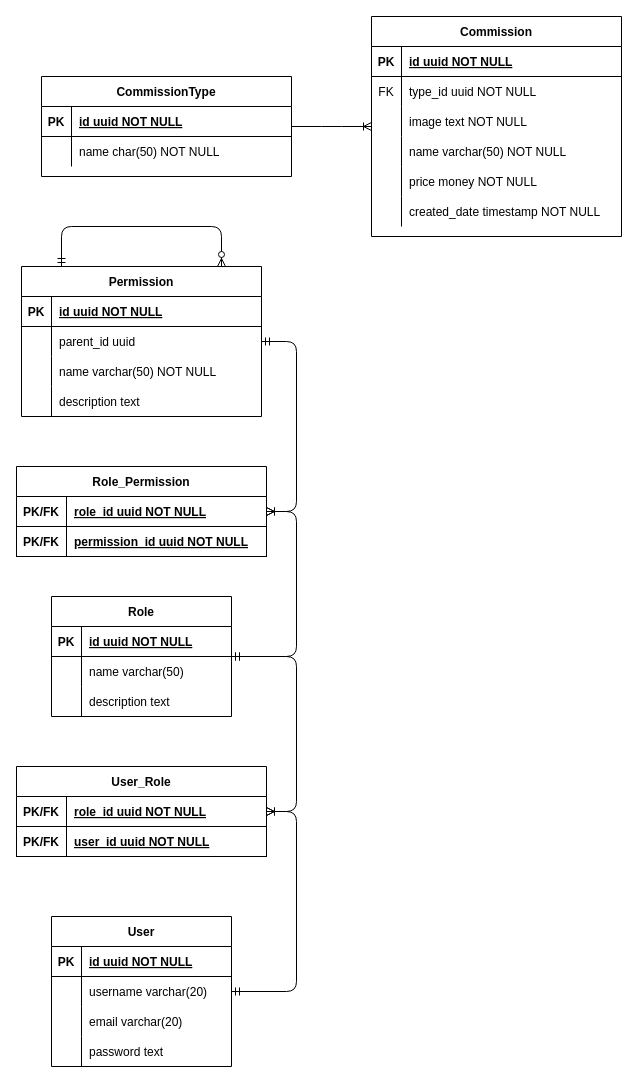
Before: documents/ERD.drawio in phamthong253/nest-project, a draw.io diagram. Source tidied: cells renumbered, new cells numbered last; positions are measured from the earlier drawing's top-left corner, leaving out a move shared by most shapes. Both pictures are drawn from the tidied source at 100%, with x=0, y=0 at pixel (16, 16).
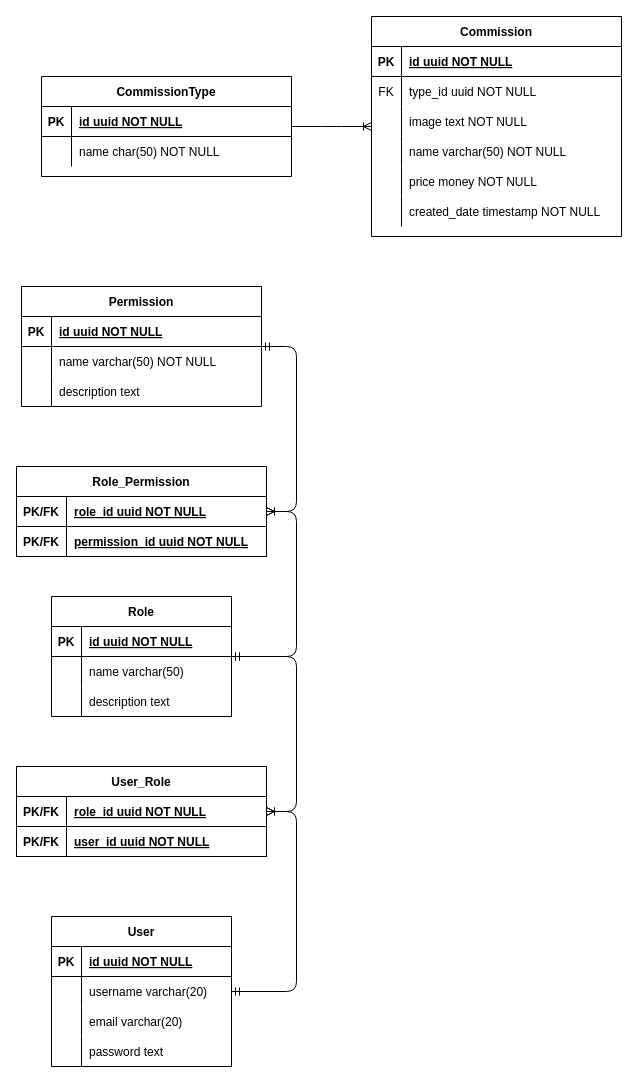
The same diagram, later.

Diff of the diagram source:
```diff
@@
     <mxCell id="29" value="Permission" style="shape=table;startSize=30;childLayout=tableLayout;rowLines=0;fontStyle=1;align=center;" parent="1" vertex="1">
-      <mxGeometry x="5" y="250" width="240" height="150" as="geometry" />
+      <mxGeometry x="5" y="270" width="240" height="120" as="geometry" />
     </mxCell>
@@
-    <mxCell id="33" style="shape=tableRow;horizontal=0;startSize=0;swimlaneHead=0;swimlaneBody=0;fillColor=none;top=0;left=0;right=0;bottom=0;" parent="29" vertex="1">
-      <mxGeometry y="60" width="240" height="30" as="geometry" />
-    </mxCell>
-    <mxCell id="34" style="shape=partialRectangle;fillColor=none;top=0;left=0;bottom=0;right=0;overflow=hidden;" parent="33" vertex="1">
-      <mxGeometry width="30" height="30" as="geometry" />
-    </mxCell>
-    <mxCell id="35" value="parent_id uuid" style="shape=partialRectangle;fillColor=none;top=0;left=0;bottom=0;right=0;align=left;spacingLeft=6;overflow=hidden;" parent="33" vertex="1">
-      <mxGeometry x="30" width="210" height="30" as="geometry" />
-    </mxCell>
     <mxCell id="36" style="shape=tableRow;horizontal=0;startSize=0;swimlaneHead=0;swimlaneBody=0;fillColor=none;top=0;left=0;right=0;bottom=0;" parent="29" vertex="1">
-      <mxGeometry y="90" width="240" height="30" as="geometry" />
+      <mxGeometry y="60" width="240" height="30" as="geometry" />
     </mxCell>
@@
     <mxCell id="39" style="shape=tableRow;horizontal=0;startSize=0;swimlaneHead=0;swimlaneBody=0;fillColor=none;top=0;left=0;right=0;bottom=0;" parent="29" vertex="1">
-      <mxGeometry y="120" width="240" height="30" as="geometry" />
+      <mxGeometry y="90" width="240" height="30" as="geometry" />
     </mxCell>
@@
-    <mxCell id="61" style="edgeStyle=entityRelationEdgeStyle;fontSize=12;html=1;endArrow=ERzeroToMany;startArrow=ERmandOne;" parent="1" edge="1" source="29" target="29">
-      <mxGeometry relative="1" as="geometry">
-        <Array as="points">
-          <mxPoint x="45" y="210" />
-        </Array>
-      </mxGeometry>
-    </mxCell>
```
